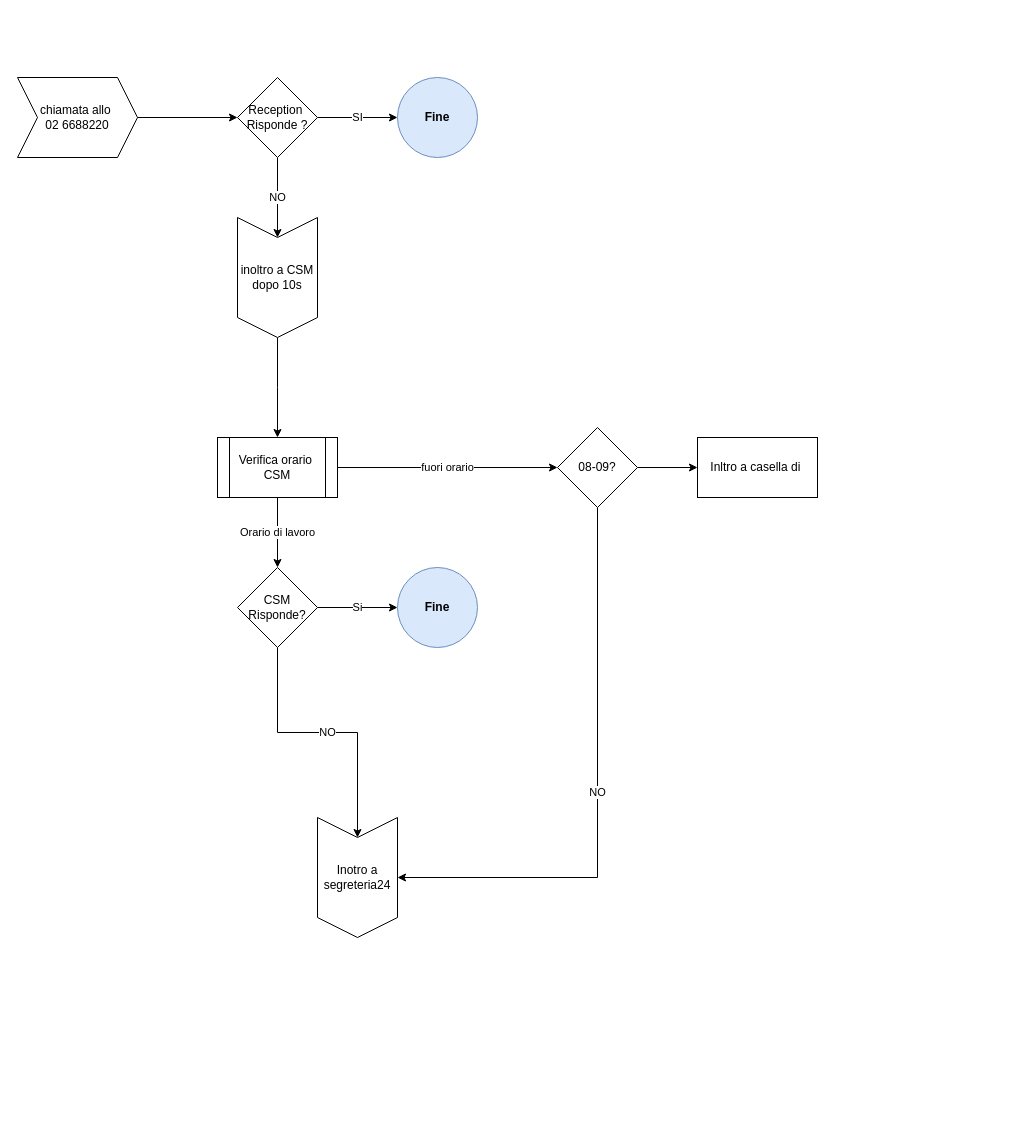
This is page "GeneralNumber" (1 of 2) of Flusso Telefonia KI.drawio from EugeMere/diagrams, a draw.io file, before an edit. Source tidied: cells renumbered, new cells numbered last; positions are measured from the earlier drawing's top-left corner, leaving out a move shared by most shapes. Both pictures are drawn from the tidied source at 100%, with x=0, y=0 at pixel (17, 77).
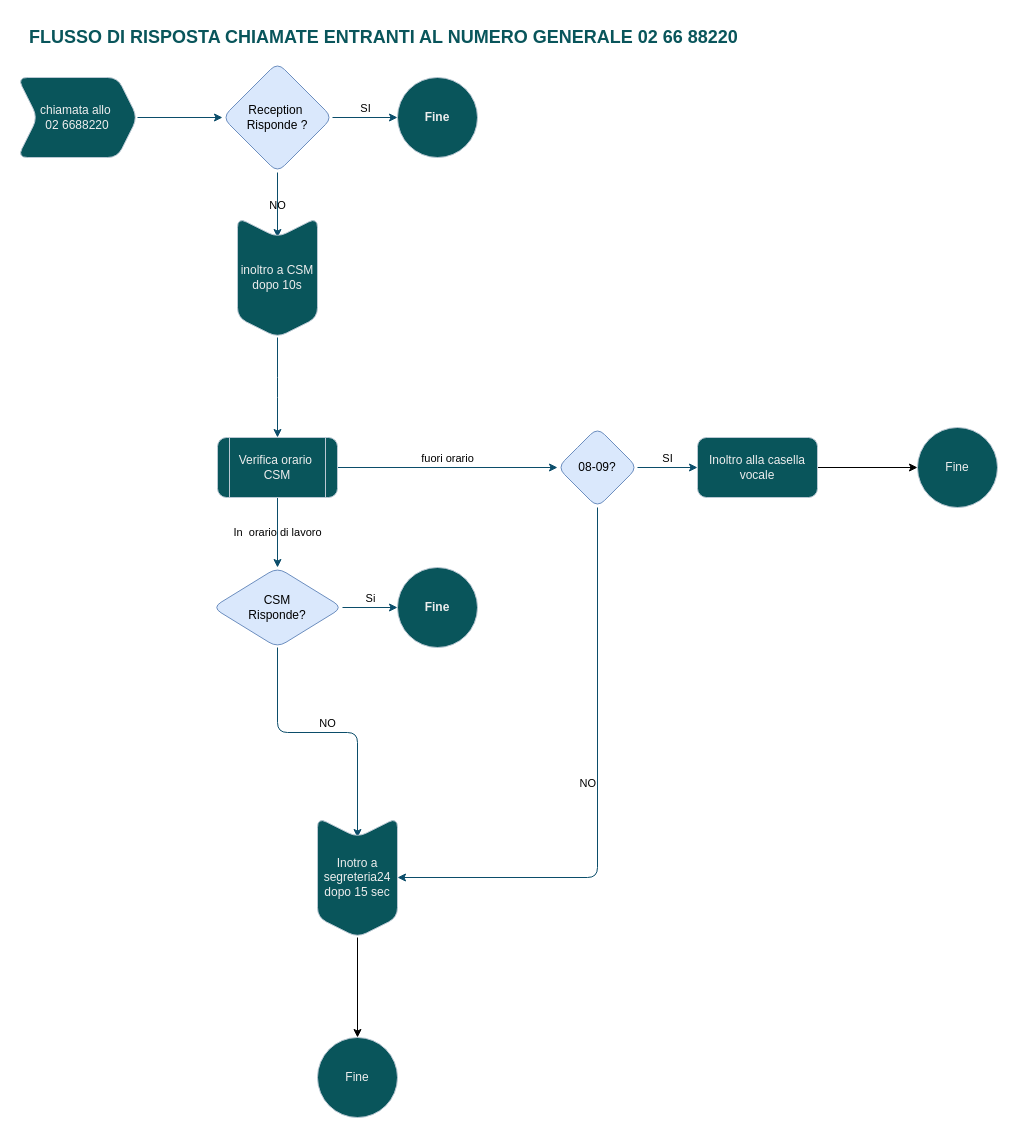
Above is the later version.

Diff of the diagram source:
```diff
@@
-    <mxCell id="2" style="edgeStyle=orthogonalEdgeStyle;rounded=0;jettySize=auto;html=1;" parent="1" edge="1" source="3" target="6">
+    <mxCell id="2" style="edgeStyle=orthogonalEdgeStyle;rounded=1;jettySize=auto;html=1;labelBackgroundColor=none;strokeColor=#0B4D6A;fontColor=default;" parent="1" edge="1" source="3" target="6">
       <mxGeometry relative="1" as="geometry" />
     </mxCell>
-    <mxCell id="3" value="chiamata allo&amp;nbsp;&lt;br&gt;02 6688220" style="shape=step;perimeter=stepPerimeter;whiteSpace=wrap;html=1;fixedSize=1;" parent="1" vertex="1">
+    <mxCell id="3" value="chiamata allo&amp;nbsp;&lt;br&gt;02 6688220" style="shape=step;perimeter=stepPerimeter;whiteSpace=wrap;html=1;fixedSize=1;rounded=1;labelBackgroundColor=none;fillColor=#09555B;strokeColor=#BAC8D3;fontColor=#EEEEEE;" parent="1" vertex="1">
       <mxGeometry width="120" height="80" as="geometry" />
     </mxCell>
-    <mxCell id="4" value="SI" style="edgeStyle=orthogonalEdgeStyle;rounded=0;jettySize=auto;html=1;" parent="1" edge="1" source="6" target="7">
+    <mxCell id="4" value="SI" style="edgeStyle=orthogonalEdgeStyle;rounded=1;jettySize=auto;html=1;labelBackgroundColor=none;strokeColor=#0B4D6A;fontColor=default;verticalAlign=bottom;fontSize=11;" parent="1" edge="1" source="6" target="7">
       <mxGeometry relative="1" as="geometry" />
     </mxCell>
-    <mxCell id="5" value="NO" style="edgeStyle=orthogonalEdgeStyle;rounded=0;jettySize=auto;html=1;" parent="1" edge="1" source="6" target="9">
+    <mxCell id="5" value="NO" style="edgeStyle=orthogonalEdgeStyle;rounded=1;jettySize=auto;html=1;labelBackgroundColor=none;strokeColor=#0B4D6A;fontColor=default;" parent="1" edge="1" source="6" target="9">
       <mxGeometry relative="1" as="geometry" />
     </mxCell>
-    <mxCell id="6" value="Reception&amp;nbsp;&lt;br&gt;Risponde ?" style="rhombus;whiteSpace=wrap;html=1;" parent="1" vertex="1">
-      <mxGeometry x="220" width="80" height="80" as="geometry" />
+    <mxCell id="6" value="Reception&amp;nbsp;&lt;br&gt;Risponde ?" style="rhombus;whiteSpace=wrap;html=1;rounded=1;labelBackgroundColor=none;fillColor=#dae8fc;strokeColor=#6c8ebf;" parent="1" vertex="1">
+      <mxGeometry x="205" y="-15" width="110" height="110" as="geometry" />
     </mxCell>
-    <mxCell id="7" value="Fine" style="ellipse;whiteSpace=wrap;html=1;fillColor=#dae8fc;strokeColor=#6c8ebf;fontStyle=1;labelBackgroundColor=none;labelBorderColor=none;" parent="1" vertex="1">
+    <mxCell id="7" value="Fine" style="ellipse;whiteSpace=wrap;html=1;fillColor=#09555B;strokeColor=#BAC8D3;fontStyle=1;labelBackgroundColor=none;labelBorderColor=none;rounded=1;fontColor=#EEEEEE;" parent="1" vertex="1">
       <mxGeometry x="380" width="80" height="80" as="geometry" />
     </mxCell>
-    <mxCell id="8" style="edgeStyle=orthogonalEdgeStyle;rounded=0;jettySize=auto;html=1;" parent="1" edge="1" source="9">
+    <mxCell id="8" style="edgeStyle=orthogonalEdgeStyle;rounded=1;jettySize=auto;html=1;labelBackgroundColor=none;strokeColor=#0B4D6A;fontColor=default;" parent="1" edge="1" source="9">
       <mxGeometry relative="1" as="geometry">
         <mxPoint x="260" y="360" as="targetPoint" />
       </mxGeometry>
     </mxCell>
-    <mxCell id="9" value="inoltro a CSM&lt;br&gt;dopo 10s" style="shape=step;perimeter=stepPerimeter;whiteSpace=wrap;html=1;fixedSize=1;direction=south;" parent="1" vertex="1">
+    <mxCell id="9" value="inoltro a CSM&lt;br&gt;dopo 10s" style="shape=step;perimeter=stepPerimeter;whiteSpace=wrap;html=1;fixedSize=1;direction=south;rounded=1;labelBackgroundColor=none;fillColor=#09555B;strokeColor=#BAC8D3;fontColor=#EEEEEE;" parent="1" vertex="1">
       <mxGeometry x="220" y="140" width="80" height="120" as="geometry" />
     </mxCell>
-    <mxCell id="10" value="Orario di lavoro" style="edgeStyle=orthogonalEdgeStyle;rounded=0;jettySize=auto;html=1;" parent="1" edge="1" source="12" target="15">
+    <mxCell id="10" value="In&amp;nbsp; orario di lavoro" style="edgeStyle=orthogonalEdgeStyle;rounded=1;jettySize=auto;html=1;labelBackgroundColor=none;strokeColor=#0B4D6A;fontColor=default;" parent="1" edge="1" source="12" target="15">
       <mxGeometry relative="1" as="geometry" />
     </mxCell>
-    <mxCell id="11" value="fuori orario" style="edgeStyle=orthogonalEdgeStyle;rounded=0;jettySize=auto;html=1;" parent="1" edge="1" source="12" target="20">
+    <mxCell id="11" value="fuori orario" style="edgeStyle=orthogonalEdgeStyle;rounded=1;jettySize=auto;html=1;labelBackgroundColor=none;strokeColor=#0B4D6A;fontColor=default;verticalAlign=bottom;" parent="1" edge="1" source="12" target="20">
       <mxGeometry relative="1" as="geometry" />
     </mxCell>
-    <mxCell id="12" value="Verifica orario&amp;nbsp;&lt;br&gt;CSM" style="shape=process;whiteSpace=wrap;html=1;backgroundOutline=1;" parent="1" vertex="1">
+    <mxCell id="12" value="Verifica orario&amp;nbsp;&lt;br&gt;CSM" style="shape=process;whiteSpace=wrap;html=1;backgroundOutline=1;rounded=1;labelBackgroundColor=none;fillColor=#09555B;strokeColor=#BAC8D3;fontColor=#EEEEEE;" parent="1" vertex="1">
       <mxGeometry x="200" y="360" width="120" height="60" as="geometry" />
     </mxCell>
-    <mxCell id="13" value="Si" style="edgeStyle=orthogonalEdgeStyle;rounded=0;jettySize=auto;html=1;" parent="1" edge="1" source="15" target="16">
+    <mxCell id="13" value="Si" style="edgeStyle=orthogonalEdgeStyle;rounded=1;jettySize=auto;html=1;labelBackgroundColor=none;strokeColor=#0B4D6A;fontColor=default;verticalAlign=bottom;" parent="1" edge="1" source="15" target="16">
       <mxGeometry relative="1" as="geometry" />
     </mxCell>
-    <mxCell id="14" value="NO" style="edgeStyle=orthogonalEdgeStyle;rounded=0;jettySize=auto;html=1;" parent="1" edge="1" source="15" target="17">
+    <mxCell id="14" value="NO" style="edgeStyle=orthogonalEdgeStyle;rounded=1;jettySize=auto;html=1;labelBackgroundColor=none;strokeColor=#0B4D6A;fontColor=default;verticalAlign=bottom;" parent="1" edge="1" source="15" target="17">
       <mxGeometry relative="1" as="geometry" />
     </mxCell>
-    <mxCell id="15" value="CSM&lt;br&gt;Risponde?" style="rhombus;whiteSpace=wrap;html=1;" parent="1" vertex="1">
-      <mxGeometry x="220" y="490" width="80" height="80" as="geometry" />
+    <mxCell id="15" value="CSM&lt;br&gt;Risponde?" style="rhombus;whiteSpace=wrap;html=1;rounded=1;labelBackgroundColor=none;fillColor=#dae8fc;strokeColor=#6c8ebf;" parent="1" vertex="1">
+      <mxGeometry x="195" y="490" width="130" height="80" as="geometry" />
     </mxCell>
-    <mxCell id="16" value="Fine" style="ellipse;whiteSpace=wrap;html=1;fillColor=#dae8fc;strokeColor=#6c8ebf;gradientColor=none;fontStyle=1;" parent="1" vertex="1">
+    <mxCell id="16" value="Fine" style="ellipse;whiteSpace=wrap;html=1;fillColor=#09555B;strokeColor=#BAC8D3;fontStyle=1;rounded=1;labelBackgroundColor=none;fontColor=#EEEEEE;" parent="1" vertex="1">
       <mxGeometry x="380" y="490" width="80" height="80" as="geometry" />
     </mxCell>
+    <mxCell id="22" style="edgeStyle=orthogonalEdgeStyle;rounded=1;jettySize=auto;html=1;" parent="1" edge="1" source="17" target="25">
+      <mxGeometry relative="1" as="geometry" />
+    </mxCell>
-    <mxCell id="17" value="Inotro a segreteria24" style="shape=step;perimeter=stepPerimeter;whiteSpace=wrap;html=1;fixedSize=1;direction=south;" parent="1" vertex="1">
+    <mxCell id="17" value="Inotro a segreteria24&lt;br&gt;dopo 15 sec" style="shape=step;perimeter=stepPerimeter;whiteSpace=wrap;html=1;fixedSize=1;direction=south;rounded=1;labelBackgroundColor=none;fillColor=#09555B;strokeColor=#BAC8D3;fontColor=#EEEEEE;" parent="1" vertex="1">
       <mxGeometry x="300" y="740" width="80" height="120" as="geometry" />
     </mxCell>
-    <mxCell id="18" value="NO" style="edgeStyle=orthogonalEdgeStyle;rounded=0;jettySize=auto;html=1;exitX=0.5;exitY=1;exitDx=0;exitDy=0;entryX=0.5;entryY=0;entryDx=0;entryDy=0;" parent="1" edge="1" source="20" target="17">
+    <mxCell id="18" value="NO" style="edgeStyle=orthogonalEdgeStyle;rounded=1;jettySize=auto;html=1;exitX=0.5;exitY=1;exitDx=0;exitDy=0;entryX=0.5;entryY=0;entryDx=0;entryDy=0;labelBackgroundColor=none;strokeColor=#0B4D6A;fontColor=default;verticalAlign=bottom;align=right;horizontal=1;" parent="1" edge="1" source="20" target="17">
       <mxGeometry relative="1" as="geometry" />
     </mxCell>
-    <mxCell id="19" style="edgeStyle=orthogonalEdgeStyle;rounded=0;jettySize=auto;html=1;" parent="1" edge="1" source="20" target="21">
+    <mxCell id="19" value="SI" style="edgeStyle=orthogonalEdgeStyle;rounded=1;jettySize=auto;html=1;labelBackgroundColor=none;strokeColor=#0B4D6A;fontColor=default;verticalAlign=bottom;" parent="1" edge="1" source="20" target="21">
       <mxGeometry relative="1" as="geometry" />
     </mxCell>
-    <mxCell id="20" value="08-09?" style="rhombus;whiteSpace=wrap;html=1;" parent="1" vertex="1">
+    <mxCell id="20" value="08-09?" style="rhombus;whiteSpace=wrap;html=1;rounded=1;labelBackgroundColor=none;fillColor=#dae8fc;strokeColor=#6c8ebf;" parent="1" vertex="1">
       <mxGeometry x="540" y="350" width="80" height="80" as="geometry" />
     </mxCell>
+    <mxCell id="23" style="edgeStyle=orthogonalEdgeStyle;rounded=1;jettySize=auto;html=1;" parent="1" edge="1" source="21" target="24">
+      <mxGeometry relative="1" as="geometry" />
+    </mxCell>
-    <mxCell id="21" value="Inltro a casella di&amp;nbsp;" style="whiteSpace=wrap;html=1;" parent="1" vertex="1">
+    <mxCell id="21" value="Inoltro alla casella vocale" style="whiteSpace=wrap;html=1;rounded=1;labelBackgroundColor=none;fillColor=#09555B;strokeColor=#BAC8D3;fontColor=#EEEEEE;" parent="1" vertex="1">
       <mxGeometry x="680" y="360" width="120" height="60" as="geometry" />
     </mxCell>
+    <mxCell id="24" value="Fine" style="ellipse;whiteSpace=wrap;html=1;fillColor=#09555B;strokeColor=#BAC8D3;fontColor=#EEEEEE;rounded=1;labelBackgroundColor=none;" parent="1" vertex="1">
+      <mxGeometry x="900" y="350" width="80" height="80" as="geometry" />
+    </mxCell>
+    <mxCell id="25" value="Fine" style="ellipse;whiteSpace=wrap;html=1;fillColor=#09555B;strokeColor=#BAC8D3;fontColor=#EEEEEE;rounded=1;labelBackgroundColor=none;" parent="1" vertex="1">
+      <mxGeometry x="300" y="960" width="80" height="80" as="geometry" />
+    </mxCell>
+    <mxCell id="26" value="FLUSSO DI RISPOSTA CHIAMATE ENTRANTI AL NUMERO GENERALE 02 66 88220" style="text;html=1;strokeColor=none;fillColor=none;align=left;verticalAlign=middle;whiteSpace=wrap;rounded=0;fontStyle=1;fontColor=#09555b;fontSize=18;" parent="1" vertex="1">
+      <mxGeometry x="10" y="-60" width="790" height="40" as="geometry" />
+    </mxCell>
```
